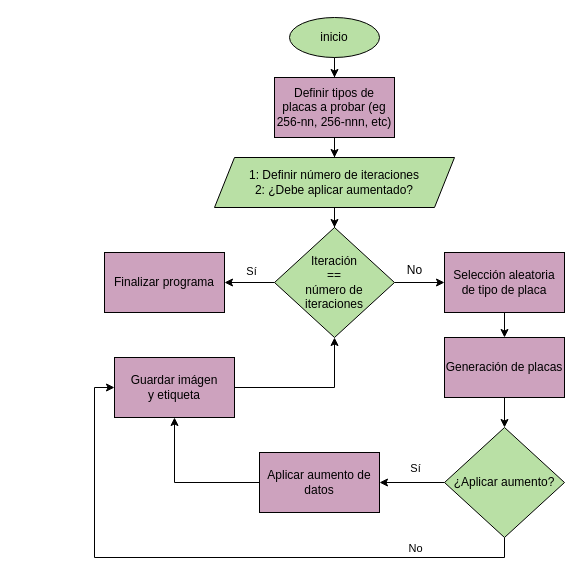
Earlier version of the draw.io diagram doc/cap1/dibujos/generacion-de-multiples-imagenes.drawio (jcorea510/TFG-ANPR). Source tidied: cells renumbered, new cells numbered last; positions are measured from the earlier drawing's top-left corner, leaving out a move shared by most shapes. Both pictures are drawn from the tidied source at 100%, with x=0, y=0 at pixel (94, 17).
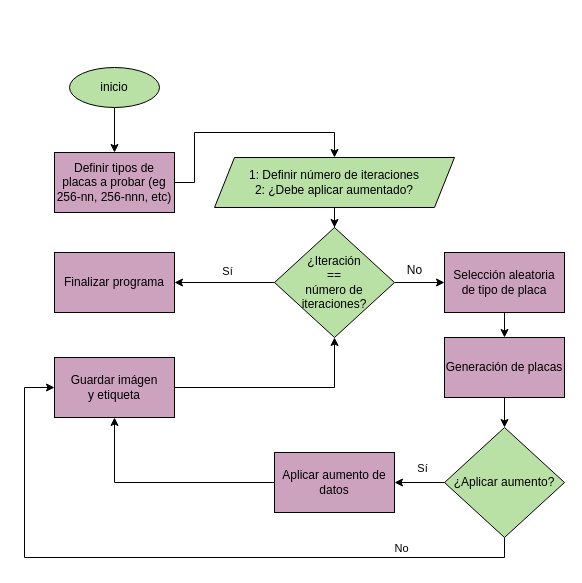
The same page after the edit.

The change refers to these unchanged cells:
```xml
<mxCell id="24" value="¿Aplicar aumento?" style="rhombus;whiteSpace=wrap;html=1;fillColor=#B9E0A5;fontColor=#000000;strokeColor=#000000;" parent="1" vertex="1">
  <mxGeometry x="350" y="410" width="120" height="110" as="geometry" />
</mxCell>
```

Diff of the diagram source:
```diff
@@
-    <mxCell id="5" value="Iteración&lt;div&gt;&amp;nbsp;==&amp;nbsp;&lt;br&gt;número de iteraciones&lt;/div&gt;" style="rhombus;whiteSpace=wrap;html=1;fillColor=#B9E0A5;strokeColor=#000000;fontColor=#000000;" parent="1" vertex="1">
+    <mxCell id="5" value="¿Iteración&lt;div&gt;&amp;nbsp;==&amp;nbsp;&lt;br&gt;número de iteraciones?&lt;/div&gt;" style="rhombus;whiteSpace=wrap;html=1;fillColor=#B9E0A5;strokeColor=#000000;fontColor=#000000;" parent="1" vertex="1">
       <mxGeometry x="180" y="210" width="120" height="110" as="geometry" />
     </mxCell>
@@
     <mxCell id="7" value="inicio" style="ellipse;whiteSpace=wrap;html=1;fillColor=#B9E0A5;strokeColor=#000000;fontColor=#000000;" parent="1" vertex="1">
-      <mxGeometry x="195" width="90" height="40" as="geometry" />
+      <mxGeometry x="-25" y="50" width="90" height="40" as="geometry" />
     </mxCell>
@@
     <mxCell id="11" value="Definir tipos de placas a probar (eg 256-nn, 256-nnn, etc)" style="rounded=0;whiteSpace=wrap;html=1;fillColor=#CDA2BE;strokeColor=#000000;fontColor=#000000;" parent="1" vertex="1">
-      <mxGeometry x="180" y="60" width="120" height="60" as="geometry" />
+      <mxGeometry x="-40" y="135" width="120" height="60" as="geometry" />
     </mxCell>
@@
-    <mxCell id="16" value="No" style="text;html=1;align=center;verticalAlign=middle;strokeColor=none;fillColor=none;fontColor=#000000;" parent="1" vertex="1">
+    <mxCell id="16" value="&lt;font style=&quot;&quot;&gt;No&lt;/font&gt;" style="text;html=1;align=center;verticalAlign=middle;strokeColor=none;fillColor=none;fontColor=#000000;labelBackgroundColor=default;" parent="1" vertex="1">
       <mxGeometry x="300" y="238" width="40" height="30" as="geometry" />
     </mxCell>
@@
     <mxCell id="18" value="Guardar imágen&lt;div&gt;y etiqueta&lt;/div&gt;" style="rounded=0;whiteSpace=wrap;html=1;fillColor=#CDA2BE;fontColor=#000000;strokeColor=#000000;" parent="1" vertex="1">
-      <mxGeometry x="20" y="340" width="120" height="60" as="geometry" />
+      <mxGeometry x="-40" y="340" width="120" height="60" as="geometry" />
     </mxCell>
     <mxCell id="19" value="Finalizar programa" style="rounded=0;whiteSpace=wrap;html=1;fillColor=#CDA2BE;fontColor=#000000;strokeColor=#000000;" parent="1" vertex="1">
-      <mxGeometry x="10" y="235" width="120" height="60" as="geometry" />
+      <mxGeometry x="-40" y="235" width="120" height="60" as="geometry" />
     </mxCell>
@@
     <mxCell id="22" style="edgeStyle=orthogonalEdgeStyle;rounded=0;jettySize=auto;html=1;entryX=0;entryY=0.5;entryDx=0;entryDy=0;exitX=0.5;exitY=1;exitDx=0;exitDy=0;" parent="1" edge="1" source="24" target="18">
       <mxGeometry relative="1" as="geometry">
         <Array as="points">
           <mxPoint x="410" y="540" />
-          <mxPoint y="540" />
-          <mxPoint y="370" />
+          <mxPoint x="-70" y="540" />
+          <mxPoint x="-70" y="370" />
         </Array>
       </mxGeometry>
     </mxCell>
@@
     <mxCell id="26" value="Aplicar aumento de datos" style="rounded=0;whiteSpace=wrap;html=1;fillColor=#CDA2BE;fontColor=#000000;strokeColor=#000000;" parent="1" vertex="1">
-      <mxGeometry x="165" y="435" width="120" height="60" as="geometry" />
+      <mxGeometry x="180" y="435" width="120" height="60" as="geometry" />
     </mxCell>
```
